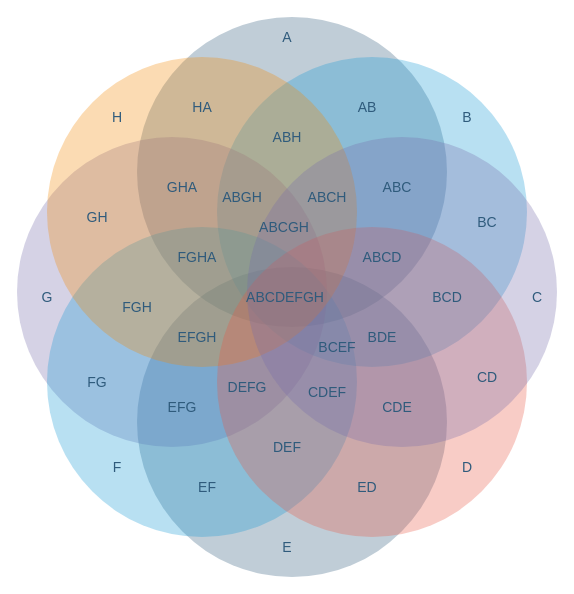
This is 未命名绘图1.drawio from javaonepiece/draw, a draw.io file, before an edit. Source tidied: cells renumbered, new cells numbered last; positions are measured from the earlier drawing's top-left corner, leaving out a move shared by most shapes. Both pictures are drawn from the tidied source at 100%, with x=0, y=0 at pixel (16, 17).
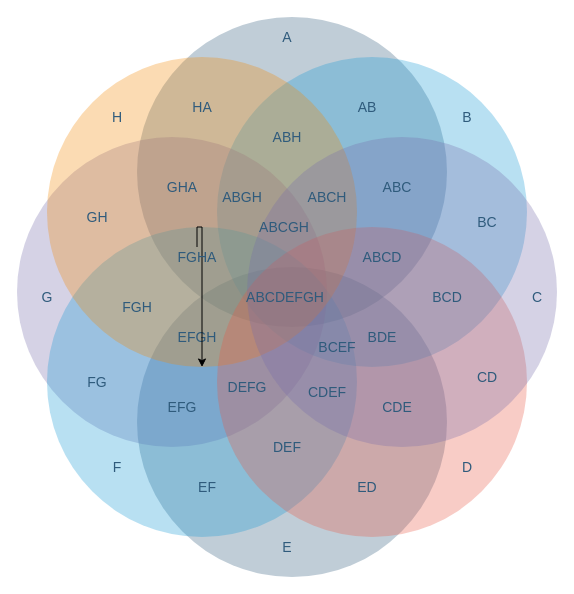
Above is the later version.

Commit message:
更新未命名绘图1.drawio

Unchanged cells that the change refers to:
```xml
<mxCell id="7" style="ellipse;whiteSpace=wrap;html=1;rounded=1;shadow=0;labelBackgroundColor=none;strokeColor=none;strokeWidth=3;fillColor=#F08705;gradientColor=none;fontFamily=Helvetica;fontSize=14;fontColor=#AE4132;align=center;opacity=30;" parent="1" vertex="1">
  <mxGeometry x="30.5" y="39.5" width="310" height="310" as="geometry" />
</mxCell>
<mxCell id="38" value="FGHA" style="text;html=1;strokeColor=none;fillColor=none;align=center;verticalAlign=middle;whiteSpace=wrap;rounded=0;shadow=0;labelBackgroundColor=none;fontFamily=Helvetica;fontSize=14;fontColor=#2F5B7C;" parent="1" vertex="1">
  <mxGeometry x="160.5" y="229.5" width="40" height="20" as="geometry" />
</mxCell>
```

What changed in the source:
```diff
@@
+    <mxCell id="45" style="edgeStyle=orthogonalEdgeStyle;rounded=0;jettySize=auto;html=1;exitX=0.5;exitY=0;exitDx=0;exitDy=0;" parent="1" edge="1" source="38" target="7">
+      <mxGeometry relative="1" as="geometry" />
+    </mxCell>
```
